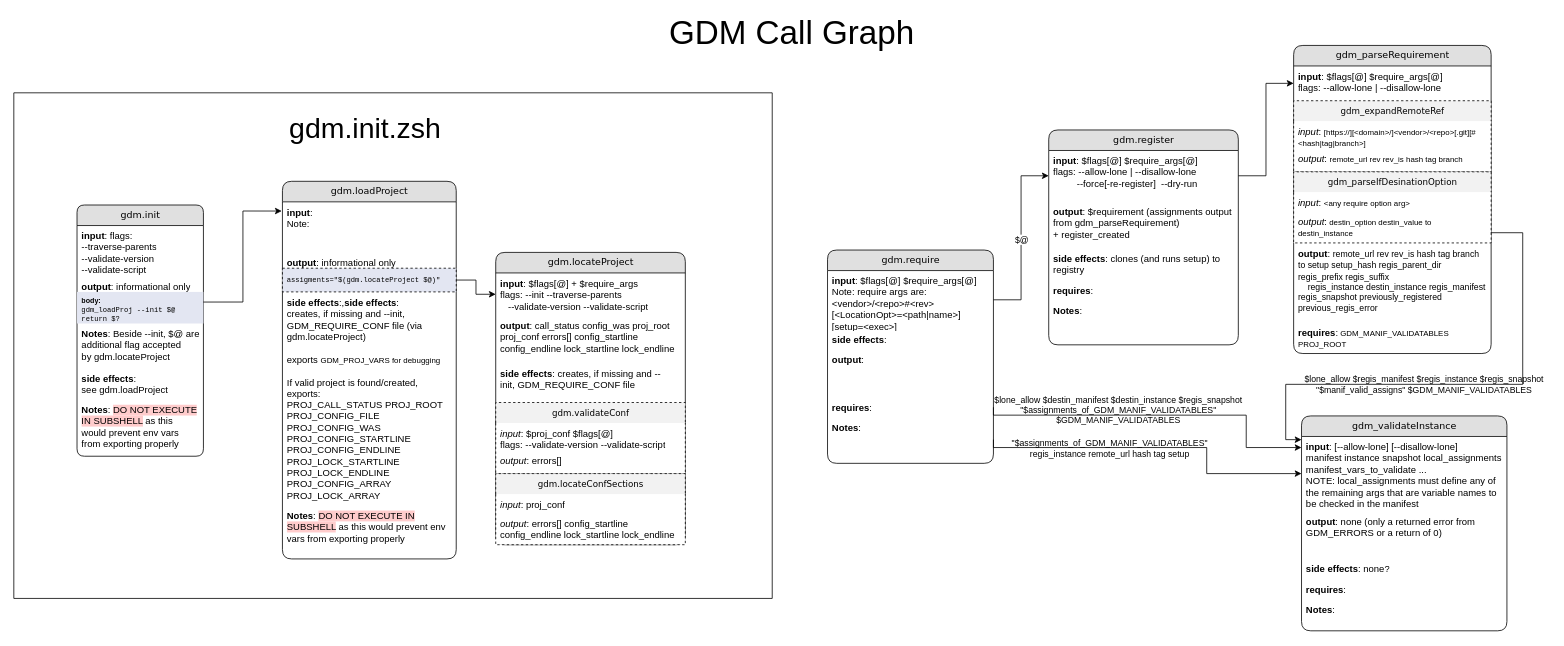
This is src_docs/Call_Graph.drawio from Jeff-Russ/git-dependency-manager, a draw.io file, before an edit. Source tidied: cells renumbered, new cells numbered last; positions are measured from the earlier drawing's top-left corner, leaving out a move shared by most shapes. Both pictures are drawn from the tidied source at 79%, with x=0, y=0 at pixel (13, 21).
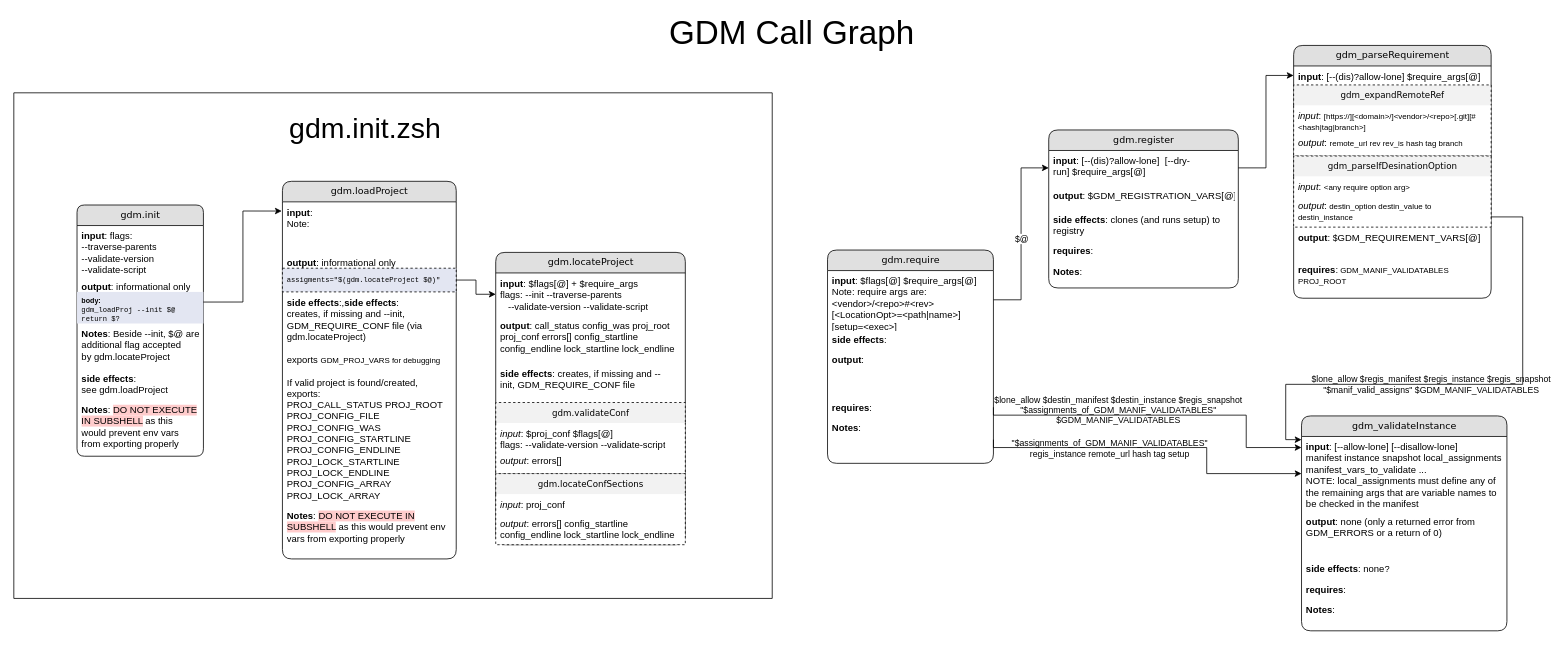
The same page after the edit.

Commit message (it also covers changes not shown here):
General cleanup, notably: gdm_parseRequirement and gdm.require in/out

Diff of the diagram source:
```diff
@@
     <mxCell id="2" value="gdm_parseRequirement" style="swimlane;html=1;fontStyle=0;horizontal=1;startSize=26;fillColor=#e0e0e0;swimlaneFillColor=#ffffff;align=center;rounded=1;shadow=0;comic=0;labelBackgroundColor=none;strokeWidth=1;fontFamily=Verdana;fontSize=12;" parent="1" vertex="1">
-      <mxGeometry x="1620" y="30" width="250" height="390" as="geometry" />
+      <mxGeometry x="1620" y="30" width="250" height="320" as="geometry" />
     </mxCell>
-    <mxCell id="3" value="&lt;b&gt;input&lt;/b&gt;: $flags[@] $require_args[@]&lt;br&gt;flags: --allow-lone | --disallow-lone" style="text;html=1;strokeColor=none;fillColor=none;spacingLeft=4;spacingRight=4;whiteSpace=wrap;overflow=hidden;points=[[0,0.5],[1,0.5]];portConstraint=eastwest;" parent="2" vertex="1">
-      <mxGeometry y="26" width="250" height="44" as="geometry" />
+    <mxCell id="3" value="&lt;b&gt;input&lt;/b&gt;: [--(dis)?allow-lone&lt;span style=&quot;background-color: initial;&quot;&gt;] $require_args[@]&lt;/span&gt;" style="text;html=1;strokeColor=none;fillColor=none;spacingLeft=4;spacingRight=4;whiteSpace=wrap;overflow=hidden;points=[[0,0.5],[1,0.5]];portConstraint=eastwest;" parent="2" vertex="1">
+      <mxGeometry y="26" width="250" height="24" as="geometry" />
     </mxCell>
     <mxCell id="4" value="&lt;font style=&quot;font-size: 11px;&quot;&gt;gdm_expandRemoteRef&lt;/font&gt;" style="swimlane;html=1;fontStyle=0;horizontal=1;startSize=26;fillColor=#F2F2F2;swimlaneFillColor=default;align=center;rounded=0;shadow=0;comic=0;labelBackgroundColor=none;strokeWidth=1;fontFamily=Verdana;fontSize=12;glass=0;swimlaneLine=0;strokeColor=default;dashed=1;" parent="2" vertex="1">
-      <mxGeometry y="70" width="250" height="90" as="geometry" />
+      <mxGeometry y="50" width="250" height="90" as="geometry" />
     </mxCell>
@@
     <mxCell id="7" value="&lt;font style=&quot;font-size: 11px;&quot;&gt;gdm_parseIfDesinationOption&lt;/font&gt;" style="swimlane;html=1;fontStyle=0;horizontal=1;startSize=26;fillColor=#F2F2F2;swimlaneFillColor=#ffffff;align=center;rounded=0;shadow=0;comic=0;labelBackgroundColor=none;strokeWidth=1;fontFamily=Verdana;fontSize=12;swimlaneLine=0;strokeColor=default;dashed=1;" parent="2" vertex="1">
-      <mxGeometry y="160" width="250" height="90" as="geometry" />
+      <mxGeometry y="140" width="250" height="90" as="geometry" />
     </mxCell>
@@
-    <mxCell id="10" value="&lt;b&gt;output&lt;/b&gt;:&amp;nbsp;&lt;font style=&quot;font-size: 11px;&quot;&gt;remote_url rev rev_is hash tag branch to setup setup_hash regis_parent_dir regis_prefix regis_suffix&amp;nbsp;&lt;div style=&quot;&quot;&gt;&amp;nbsp; &amp;nbsp; regis_instance destin_instance regis_manifest regis_snapshot previously_registered previous_regis_error&lt;/div&gt;&lt;/font&gt;" style="text;html=1;strokeColor=none;fillColor=none;spacingLeft=4;spacingRight=4;whiteSpace=wrap;overflow=hidden;" parent="2" vertex="1">
-      <mxGeometry y="250" width="250" height="100" as="geometry" />
+    <mxCell id="10" value="&lt;b&gt;output&lt;/b&gt;: &lt;span style=&quot;font-size: 11px;&quot;&gt;$&lt;/span&gt;GDM_REQUIREMENT_VARS&lt;span style=&quot;background-color: initial;&quot;&gt;[@]&lt;/span&gt;" style="text;html=1;strokeColor=none;fillColor=none;spacingLeft=4;spacingRight=4;whiteSpace=wrap;overflow=hidden;" parent="2" vertex="1">
+      <mxGeometry y="230" width="250" height="40" as="geometry" />
     </mxCell>
     <mxCell id="11" value="&lt;b&gt;requires&lt;/b&gt;:&lt;font style=&quot;font-size: 10px;&quot;&gt;&amp;nbsp;GDM_MANIF_VALIDATABLES&amp;nbsp;&lt;br&gt;PROJ_ROOT&lt;br&gt;&lt;/font&gt;" style="text;html=1;strokeColor=none;fillColor=none;spacingLeft=4;spacingRight=4;whiteSpace=wrap;overflow=hidden;" parent="2" vertex="1">
-      <mxGeometry y="350" width="250" height="40" as="geometry" />
+      <mxGeometry y="270" width="250" height="40" as="geometry" />
     </mxCell>
@@
     <mxCell id="24" value="gdm.register" style="swimlane;html=1;fontStyle=0;horizontal=1;startSize=26;fillColor=#e0e0e0;swimlaneFillColor=#ffffff;align=center;rounded=1;shadow=0;comic=0;labelBackgroundColor=none;strokeWidth=1;fontFamily=Verdana;fontSize=12;" parent="1" vertex="1">
-      <mxGeometry x="1310" y="137" width="240" height="272" as="geometry" />
+      <mxGeometry x="1310" y="137" width="240" height="200" as="geometry" />
     </mxCell>
-    <mxCell id="25" value="&lt;b&gt;input&lt;/b&gt;: $flags[@] $require_args[@]&lt;br&gt;flags: --allow-lone | --disallow-lone&lt;br&gt;&amp;nbsp; &amp;nbsp; &amp;nbsp; &amp;nbsp; &amp;nbsp;--force[-re-register]&amp;nbsp; --dry-run" style="text;html=1;strokeColor=none;fillColor=none;spacingLeft=4;spacingRight=4;whiteSpace=wrap;overflow=hidden;points=[[0,0.5],[1,0.5]];portConstraint=eastwest;" parent="24" vertex="1">
-      <mxGeometry y="26" width="240" height="64" as="geometry" />
+    <mxCell id="25" value="&lt;b&gt;input&lt;/b&gt;: [--(dis)?allow-lone]&amp;nbsp; [--dry-run]&lt;span style=&quot;background-color: initial;&quot;&gt;&amp;nbsp;$require_args[@]&lt;/span&gt;" style="text;html=1;strokeColor=none;fillColor=none;spacingLeft=4;spacingRight=4;whiteSpace=wrap;overflow=hidden;points=[[0,0.5],[1,0.5]];portConstraint=eastwest;" parent="24" vertex="1">
+      <mxGeometry y="26" width="240" height="44" as="geometry" />
     </mxCell>
-    <mxCell id="26" value="&lt;b&gt;output&lt;/b&gt;: $requirement (assignments output from gdm_parseRequirement) +&amp;nbsp;register_created" style="text;html=1;strokeColor=none;fillColor=none;spacingLeft=4;spacingRight=4;whiteSpace=wrap;overflow=hidden;" parent="24" vertex="1">
-      <mxGeometry y="90" width="240" height="60" as="geometry" />
+    <mxCell id="26" value="&lt;b&gt;output&lt;/b&gt;:&amp;nbsp;$GDM_REGISTRATION_VARS[@]" style="text;html=1;strokeColor=none;fillColor=none;spacingLeft=4;spacingRight=4;whiteSpace=wrap;overflow=hidden;" parent="24" vertex="1">
+      <mxGeometry y="70" width="240" height="30" as="geometry" />
     </mxCell>
     <mxCell id="27" value="&lt;b&gt;side effects&lt;/b&gt;: clones (and runs setup) to registry&amp;nbsp;" style="text;html=1;strokeColor=none;fillColor=none;spacingLeft=4;spacingRight=4;whiteSpace=wrap;overflow=hidden;" parent="24" vertex="1">
-      <mxGeometry y="150" width="240" height="40" as="geometry" />
+      <mxGeometry y="100" width="240" height="40" as="geometry" />
     </mxCell>
     <mxCell id="28" value="&lt;b&gt;requires&lt;/b&gt;:" style="text;html=1;strokeColor=none;fillColor=none;spacingLeft=4;spacingRight=4;whiteSpace=wrap;overflow=hidden;" parent="24" vertex="1">
-      <mxGeometry y="190" width="240" height="26" as="geometry" />
+      <mxGeometry y="140" width="240" height="26" as="geometry" />
     </mxCell>
     <mxCell id="29" value="&lt;b&gt;Notes&lt;/b&gt;:&amp;nbsp;" style="text;html=1;strokeColor=none;fillColor=none;spacingLeft=4;spacingRight=4;whiteSpace=wrap;overflow=hidden;" parent="24" vertex="1">
-      <mxGeometry y="216" width="240" height="56" as="geometry" />
+      <mxGeometry y="166" width="240" height="34" as="geometry" />
     </mxCell>
```
